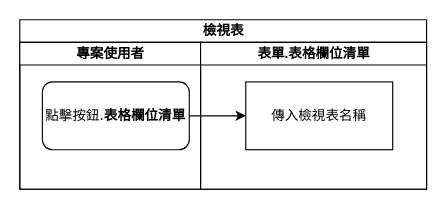
Earlier version of the draw.io diagram page "檢視表主頁_表格欄位清單" (10 of 17) of 8.10.1/UPDATE/ITEM_1/IDE/logical/attachment/Diagram_Logical_index.drawio (ArcareRD/sadocs). Source tidied: cells renumbered, new cells numbered last; positions are measured from the earlier drawing's top-left corner, leaving out a move shared by most shapes. Both pictures are drawn from the tidied source at 113%, with x=0, y=0 at pixel (19, 19).
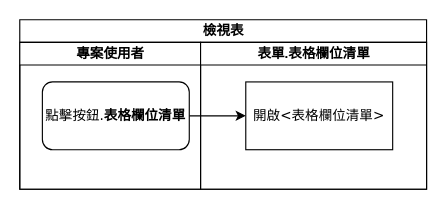
The same page after the edit.

Change to the diagram source:
```diff
@@
 <mxGraphModel>
   <root>
     <mxCell id="0" />
     <mxCell id="1" parent="0" />
     <mxCell id="2" value="&lt;font style=&quot;font-size: 12px&quot;&gt;檢視表&lt;br&gt;&lt;/font&gt;" style="swimlane;html=1;startSize=20;rounded=0;shadow=0;labelBackgroundColor=none;strokeWidth=1;fontFamily=Verdana;fontSize=8;align=center;" parent="1" vertex="1">
       <mxGeometry width="360" height="150" as="geometry" />
     </mxCell>
     <mxCell id="3" style="edgeStyle=orthogonalEdgeStyle;rounded=0;jettySize=auto;html=1;fontSize=12;" parent="2" edge="1" source="5" target="7">
       <mxGeometry relative="1" as="geometry" />
     </mxCell>
     <mxCell id="4" value="專案使用者" style="swimlane;html=1;startSize=20;" parent="2" vertex="1">
       <mxGeometry y="20" width="160" height="130" as="geometry" />
     </mxCell>
     <mxCell id="5" value="&lt;font style=&quot;font-size: 12px&quot;&gt;點擊按鈕.&lt;/font&gt;&lt;span style=&quot;font-size: 12px ; font-weight: 700&quot;&gt;表格欄位清單&lt;/span&gt;" style="rounded=1;whiteSpace=wrap;html=1;shadow=0;labelBackgroundColor=none;strokeWidth=1;fontFamily=Verdana;fontSize=8;align=center;" parent="4" vertex="1">
       <mxGeometry x="20" y="35" width="130" height="60" as="geometry" />
     </mxCell>
     <mxCell id="6" value="表單.&lt;span style=&quot;font-family: &amp;#34;verdana&amp;#34;&quot;&gt;表格欄位清單&lt;/span&gt;" style="swimlane;html=1;startSize=20;" parent="2" vertex="1">
       <mxGeometry x="160" y="20" width="200" height="130" as="geometry" />
     </mxCell>
-    <mxCell id="7" value="傳入檢視表名稱" style="whiteSpace=wrap;html=1;rounded=1;shadow=0;fontFamily=Verdana;fontSize=12;strokeWidth=1;arcSize=0;" parent="6" vertex="1">
+    <mxCell id="7" value="開啟&amp;lt;表格欄位清單&amp;gt;" style="whiteSpace=wrap;html=1;rounded=1;shadow=0;fontFamily=Verdana;fontSize=12;strokeWidth=1;arcSize=0;" parent="6" vertex="1">
       <mxGeometry x="40" y="35" width="130" height="60" as="geometry" />
     </mxCell>
   </root>
 </mxGraphModel>
```
